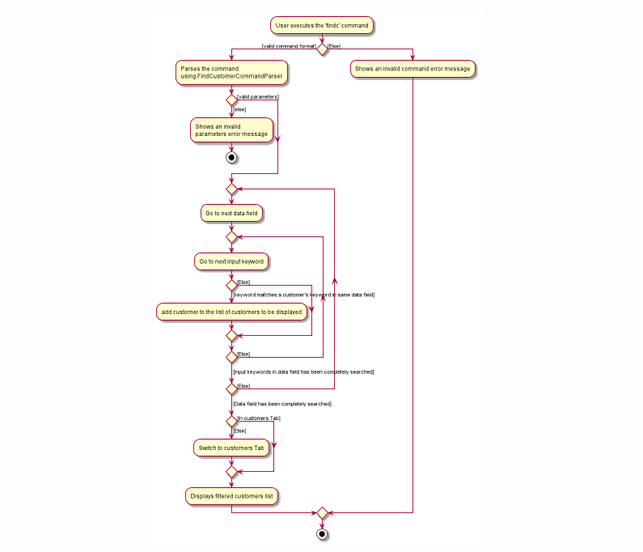
Above: docs/images/FindCustomerActivityDiagram.png in nus-cs2103-AY2122S2/tp (PlantUML), before the change. Its source is kept beside it as docs/diagrams/FindCustomerActivityDiagram.puml. Source of this version:
```plantuml
@startuml
:User executes the 'findc' command;


if () then ([valid command format])
    :Parses the command\nusing FindCustomerCommandParser;
    if () then ([valid parameters])
    else ([else])
        :Shows an invalid\nparameters error message;
        stop
    endif
    repeat
        :Go to next data field;
        repeat
            :Go to next input keyword;
            if () then ([keyword matches a customer's keyword in same data field])
                :add customer to the list of customers to be displayed;
            else ([Else])
            endif
        repeat while () is ([Else])
        ->[Input keywords in data field has been completely searched];
    repeat while () is ([Else])
    ->[Data field has been completely searched];
    if () then ([Else])
        :Switch to customers Tab;
    else ([In customers Tab])
    endif
    :Displays filtered customers list;
else ([Else])
    :Shows an invalid command error message;
endif
stop
@enduml
```
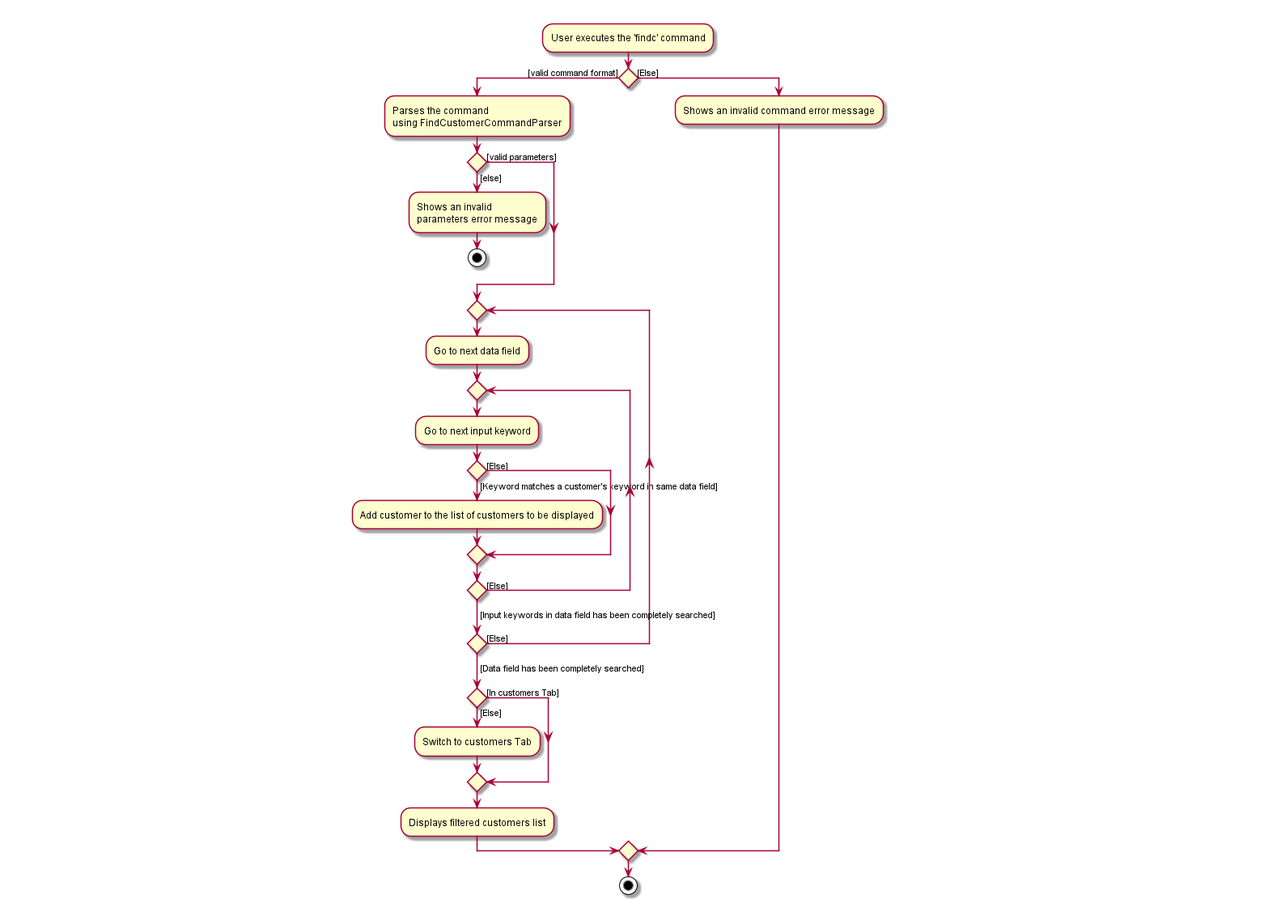
The same diagram one commit later.

Diff of the diagram source:
```diff
@@ -13,8 +13,8 @@
         :Go to next data field;
         repeat
             :Go to next input keyword;
-            if () then ([keyword matches a customer's keyword in same data field])
-                :add customer to the list of customers to be displayed;
+            if () then ([Keyword matches a customer's keyword in same data field])
+                :Add customer to the list of customers to be displayed;
             else ([Else])
             endif
         repeat while () is ([Else])
```
